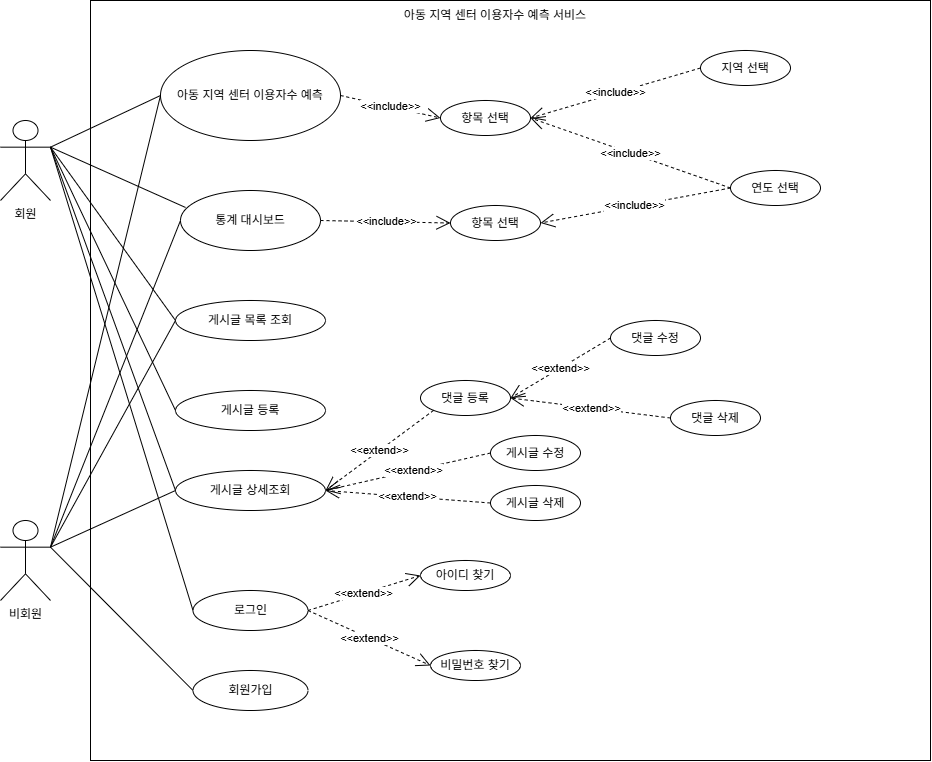
tpwnsdl123-bit/child_project keeps this draw.io diagram as docs/UsecaseDiagram.png. Above is the earlier version. Source tidied: cells renumbered, new cells last; positions are measured from the earlier drawing's top-left corner, leaving out a move shared by most shapes.
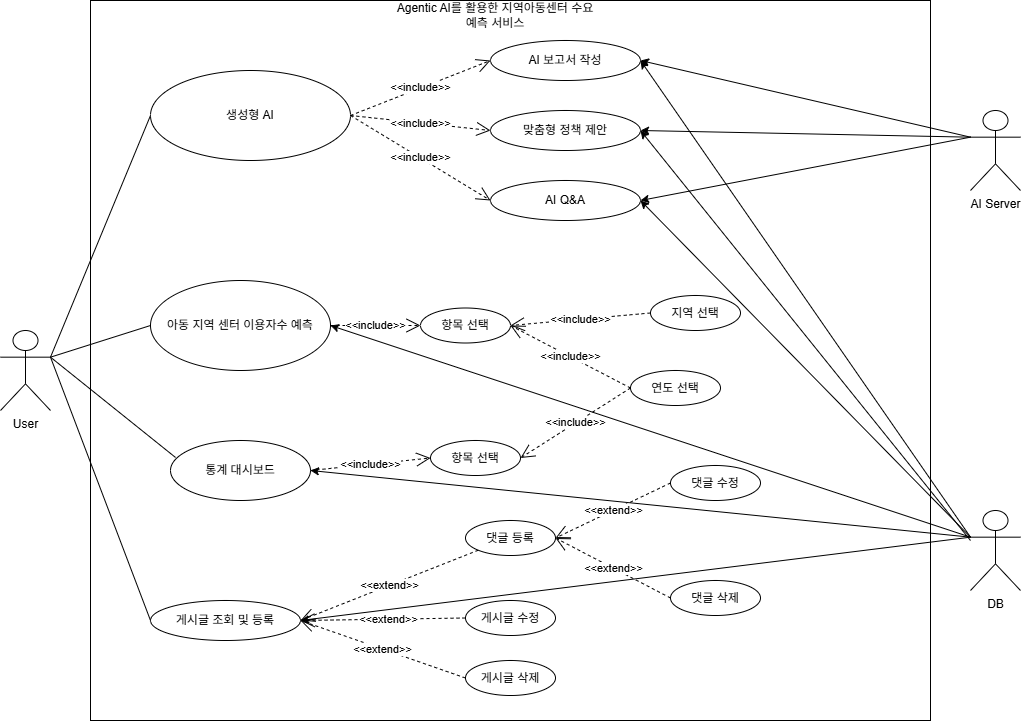
The same diagram one commit later.

Change to the diagram source:
```diff
@@ -3,70 +3,52 @@
     <mxCell id="0" />
     <mxCell id="1" parent="0" />
     <mxCell id="2" style="rounded=0;whiteSpace=wrap;html=1;direction=south;" parent="1" vertex="1">
-      <mxGeometry x="90" width="840" height="760" as="geometry" />
+      <mxGeometry x="90" y="10" width="840" height="720" as="geometry" />
     </mxCell>
-    <mxCell id="3" value="회원&lt;div&gt;&lt;br&gt;&lt;/div&gt;" style="shape=umlActor;verticalLabelPosition=bottom;verticalAlign=top;html=1;outlineConnect=0;" parent="1" vertex="1">
-      <mxGeometry y="120" width="50" height="80" as="geometry" />
+    <mxCell id="3" value="User&lt;br&gt;&lt;div&gt;&lt;br&gt;&lt;/div&gt;" style="shape=umlActor;verticalLabelPosition=bottom;verticalAlign=top;html=1;outlineConnect=0;" parent="1" vertex="1">
+      <mxGeometry y="340" width="50" height="80" as="geometry" />
     </mxCell>
     <mxCell id="4" value="항목 선택" style="ellipse;whiteSpace=wrap;html=1;" parent="1" vertex="1">
-      <mxGeometry x="440" y="100" width="90" height="35" as="geometry" />
+      <mxGeometry x="420" y="317.5" width="90" height="35" as="geometry" />
     </mxCell>
     <mxCell id="5" value="아동 지역 센터 이용자수 예측" style="ellipse;whiteSpace=wrap;html=1;" parent="1" vertex="1">
-      <mxGeometry x="160" y="50" width="180" height="90" as="geometry" />
+      <mxGeometry x="150" y="290" width="180" height="90" as="geometry" />
     </mxCell>
-    <mxCell id="6" value="비회원" style="shape=umlActor;verticalLabelPosition=bottom;verticalAlign=top;html=1;outlineConnect=0;" parent="1" vertex="1">
-      <mxGeometry y="520" width="50" height="80" as="geometry" />
-    </mxCell>
-    <mxCell id="7" value="아동 지역 센터 이용자수 예측 서비스" style="text;html=1;whiteSpace=wrap;strokeColor=none;fillColor=none;align=center;verticalAlign=middle;rounded=0;" parent="1" vertex="1">
-      <mxGeometry x="390" width="210" height="30" as="geometry" />
+    <mxCell id="7" value="Agentic AI를 활용한 지역아동센터 수요 예측 서비스" style="text;html=1;whiteSpace=wrap;strokeColor=none;fillColor=none;align=center;verticalAlign=middle;rounded=0;" parent="1" vertex="1">
+      <mxGeometry x="390" y="10" width="210" height="30" as="geometry" />
     </mxCell>
     <mxCell id="8" value="통계 대시보드" style="ellipse;whiteSpace=wrap;html=1;" parent="1" vertex="1">
-      <mxGeometry x="180" y="190" width="140" height="60" as="geometry" />
+      <mxGeometry x="170" y="450" width="140" height="60" as="geometry" />
     </mxCell>
-    <mxCell id="9" value="게시글 목록 조회" style="ellipse;whiteSpace=wrap;html=1;" parent="1" vertex="1">
-      <mxGeometry x="175" y="300" width="150" height="40" as="geometry" />
+    <mxCell id="9" value="생성형 AI" style="ellipse;whiteSpace=wrap;html=1;" parent="1" vertex="1">
+      <mxGeometry x="150" y="80" width="200" height="90" as="geometry" />
     </mxCell>
-    <mxCell id="10" value="게시글 등록" style="ellipse;whiteSpace=wrap;html=1;" parent="1" vertex="1">
-      <mxGeometry x="175" y="390" width="150" height="40" as="geometry" />
-    </mxCell>
-    <mxCell id="11" value="게시글 상세조회" style="ellipse;whiteSpace=wrap;html=1;" parent="1" vertex="1">
-      <mxGeometry x="175" y="470" width="150" height="40" as="geometry" />
+    <mxCell id="11" value="게시글 조회 및 등록" style="ellipse;whiteSpace=wrap;html=1;" parent="1" vertex="1">
+      <mxGeometry x="150" y="610" width="150" height="40" as="geometry" />
     </mxCell>
-    <mxCell id="12" value="회원가입" style="ellipse;whiteSpace=wrap;html=1;" parent="1" vertex="1">
-      <mxGeometry x="192.5" y="670" width="115" height="40" as="geometry" />
-    </mxCell>
-    <mxCell id="13" value="로그인" style="ellipse;whiteSpace=wrap;html=1;" parent="1" vertex="1">
-      <mxGeometry x="192.5" y="590" width="115" height="40" as="geometry" />
-    </mxCell>
     <mxCell id="14" value="연도 선택" style="ellipse;whiteSpace=wrap;html=1;" parent="1" vertex="1">
-      <mxGeometry x="730" y="170" width="90" height="35" as="geometry" />
+      <mxGeometry x="630" y="380" width="90" height="35" as="geometry" />
     </mxCell>
     <mxCell id="15" value="지역 선택" style="ellipse;whiteSpace=wrap;html=1;" parent="1" vertex="1">
-      <mxGeometry x="700" y="50" width="90" height="35" as="geometry" />
+      <mxGeometry x="650" y="305" width="90" height="35" as="geometry" />
     </mxCell>
     <mxCell id="16" value="항목 선택" style="ellipse;whiteSpace=wrap;html=1;" parent="1" vertex="1">
-      <mxGeometry x="450" y="205" width="90" height="35" as="geometry" />
+      <mxGeometry x="430" y="450" width="90" height="35" as="geometry" />
     </mxCell>
     <mxCell id="17" value="댓글 등록" style="ellipse;whiteSpace=wrap;html=1;" parent="1" vertex="1">
-      <mxGeometry x="420" y="380" width="90" height="35" as="geometry" />
+      <mxGeometry x="465" y="530" width="90" height="35" as="geometry" />
     </mxCell>
     <mxCell id="18" value="게시글 수정" style="ellipse;whiteSpace=wrap;html=1;" parent="1" vertex="1">
-      <mxGeometry x="490" y="435" width="90" height="35" as="geometry" />
+      <mxGeometry x="465" y="610" width="90" height="35" as="geometry" />
     </mxCell>
     <mxCell id="19" value="게시글 삭제" style="ellipse;whiteSpace=wrap;html=1;" parent="1" vertex="1">
-      <mxGeometry x="490" y="485" width="90" height="35" as="geometry" />
+      <mxGeometry x="465" y="670" width="90" height="35" as="geometry" />
     </mxCell>
-    <mxCell id="20" value="아이디 찾기" style="ellipse;whiteSpace=wrap;html=1;" parent="1" vertex="1">
-      <mxGeometry x="420" y="560" width="90" height="30" as="geometry" />
-    </mxCell>
-    <mxCell id="21" value="비밀번호 찾기" style="ellipse;whiteSpace=wrap;html=1;" parent="1" vertex="1">
-      <mxGeometry x="430" y="650" width="90" height="30" as="geometry" />
-    </mxCell>
     <mxCell id="22" value="댓글 수정" style="ellipse;whiteSpace=wrap;html=1;" parent="1" vertex="1">
-      <mxGeometry x="610" y="320" width="90" height="35" as="geometry" />
+      <mxGeometry x="670" y="475" width="90" height="35" as="geometry" />
     </mxCell>
     <mxCell id="23" value="댓글 삭제" style="ellipse;whiteSpace=wrap;html=1;" parent="1" vertex="1">
-      <mxGeometry x="670" y="400" width="90" height="35" as="geometry" />
+      <mxGeometry x="670" y="590" width="90" height="35" as="geometry" />
     </mxCell>
     <mxCell id="24" style="endArrow=none;html=1;rounded=0;entryX=0;entryY=0.5;entryDx=0;entryDy=0;exitX=1;exitY=0.3333333333333333;exitDx=0;exitDy=0;exitPerimeter=0;" parent="1" edge="1" source="3" target="5">
       <mxGeometry relative="1" as="geometry" />
@@ -77,30 +59,9 @@
     <mxCell id="26" style="endArrow=none;html=1;rounded=0;exitX=1;exitY=0.3333333333333333;exitDx=0;exitDy=0;exitPerimeter=0;entryX=0;entryY=0.5;entryDx=0;entryDy=0;" parent="1" edge="1" source="3" target="9">
       <mxGeometry relative="1" as="geometry" />
     </mxCell>
-    <mxCell id="27" style="endArrow=none;html=1;rounded=0;entryX=0;entryY=0.5;entryDx=0;entryDy=0;exitX=1;exitY=0.3333333333333333;exitDx=0;exitDy=0;exitPerimeter=0;" parent="1" edge="1" source="3" target="10">
-      <mxGeometry relative="1" as="geometry" />
-    </mxCell>
     <mxCell id="28" style="endArrow=none;html=1;rounded=0;entryX=0;entryY=0.5;entryDx=0;entryDy=0;exitX=1;exitY=0.3333333333333333;exitDx=0;exitDy=0;exitPerimeter=0;" parent="1" edge="1" source="3" target="11">
       <mxGeometry relative="1" as="geometry" />
     </mxCell>
-    <mxCell id="29" style="endArrow=none;html=1;rounded=0;entryX=0;entryY=0.5;entryDx=0;entryDy=0;exitX=1;exitY=0.3333333333333333;exitDx=0;exitDy=0;exitPerimeter=0;" parent="1" edge="1" source="3" target="13">
-      <mxGeometry relative="1" as="geometry" />
-    </mxCell>
-    <mxCell id="30" style="endArrow=none;html=1;rounded=0;entryX=0;entryY=0.5;entryDx=0;entryDy=0;exitX=1;exitY=0.3333333333333333;exitDx=0;exitDy=0;exitPerimeter=0;" parent="1" edge="1" source="6" target="5">
-      <mxGeometry relative="1" as="geometry" />
-    </mxCell>
-    <mxCell id="31" style="endArrow=none;html=1;rounded=0;exitX=1;exitY=0.3333333333333333;exitDx=0;exitDy=0;exitPerimeter=0;entryX=0;entryY=0.5;entryDx=0;entryDy=0;" parent="1" edge="1" source="6" target="8">
-      <mxGeometry relative="1" as="geometry" />
-    </mxCell>
-    <mxCell id="32" style="endArrow=none;html=1;rounded=0;entryX=0;entryY=0.5;entryDx=0;entryDy=0;exitX=1;exitY=0.3333333333333333;exitDx=0;exitDy=0;exitPerimeter=0;" parent="1" edge="1" source="6" target="9">
-      <mxGeometry relative="1" as="geometry" />
-    </mxCell>
-    <mxCell id="33" style="endArrow=none;html=1;rounded=0;entryX=0;entryY=0.5;entryDx=0;entryDy=0;exitX=1;exitY=0.3333333333333333;exitDx=0;exitDy=0;exitPerimeter=0;" parent="1" edge="1" source="6" target="11">
-      <mxGeometry relative="1" as="geometry" />
-    </mxCell>
-    <mxCell id="34" style="endArrow=none;html=1;rounded=0;exitX=1;exitY=0.3333333333333333;exitDx=0;exitDy=0;exitPerimeter=0;entryX=0;entryY=0.5;entryDx=0;entryDy=0;" parent="1" edge="1" source="6" target="12">
-      <mxGeometry relative="1" as="geometry" />
-    </mxCell>
     <mxCell id="35" value="&amp;lt;&amp;lt;extend&amp;gt;&amp;gt;" style="endArrow=open;endSize=12;dashed=1;html=1;rounded=0;exitX=0;exitY=0.5;exitDx=0;exitDy=0;entryX=1;entryY=0.5;entryDx=0;entryDy=0;" parent="1" edge="1" source="22" target="17">
       <mxGeometry relative="1" as="geometry" />
     </mxCell>
@@ -116,12 +77,6 @@
     <mxCell id="39" value="&amp;lt;&amp;lt;extend&amp;gt;&amp;gt;" style="endArrow=open;endSize=12;dashed=1;html=1;rounded=0;exitX=0;exitY=0.5;exitDx=0;exitDy=0;entryX=1;entryY=0.5;entryDx=0;entryDy=0;" parent="1" edge="1" source="19" target="11">
       <mxGeometry relative="1" as="geometry" />
     </mxCell>
-    <mxCell id="40" value="&amp;lt;&amp;lt;extend&amp;gt;&amp;gt;" style="endArrow=open;endSize=12;dashed=1;html=1;rounded=0;entryX=0;entryY=0.5;entryDx=0;entryDy=0;exitX=1;exitY=0.5;exitDx=0;exitDy=0;" parent="1" edge="1" source="13" target="20">
-      <mxGeometry relative="1" as="geometry" />
-    </mxCell>
-    <mxCell id="41" value="&amp;lt;&amp;lt;extend&amp;gt;&amp;gt;" style="endArrow=open;endSize=12;dashed=1;html=1;rounded=0;exitX=1;exitY=0.5;exitDx=0;exitDy=0;entryX=0;entryY=0.5;entryDx=0;entryDy=0;" parent="1" edge="1" source="13" target="21">
-      <mxGeometry relative="1" as="geometry" />
-    </mxCell>
     <mxCell id="42" value="&amp;lt;&amp;lt;include&amp;gt;&amp;gt;" style="endArrow=open;endSize=12;dashed=1;html=1;rounded=0;exitX=1;exitY=0.5;exitDx=0;exitDy=0;entryX=0;entryY=0.5;entryDx=0;entryDy=0;" parent="1" edge="1" source="8" target="16">
       <mxGeometry relative="1" as="geometry" />
     </mxCell>
@@ -137,5 +92,60 @@
     <mxCell id="46" value="&amp;lt;&amp;lt;include&amp;gt;&amp;gt;" style="endArrow=open;endSize=12;dashed=1;html=1;rounded=0;exitX=0;exitY=0.5;exitDx=0;exitDy=0;entryX=1;entryY=0.5;entryDx=0;entryDy=0;" parent="1" edge="1" source="15" target="4">
       <mxGeometry relative="1" as="geometry" />
     </mxCell>
+    <mxCell id="47" value="AI Server" style="shape=umlActor;verticalLabelPosition=bottom;verticalAlign=top;html=1;outlineConnect=0;" parent="1" vertex="1">
+      <mxGeometry x="970" y="120" width="50" height="80" as="geometry" />
+    </mxCell>
+    <mxCell id="48" value="DB" style="shape=umlActor;verticalLabelPosition=bottom;verticalAlign=top;html=1;outlineConnect=0;" parent="1" vertex="1">
+      <mxGeometry x="970" y="520" width="50" height="80" as="geometry" />
+    </mxCell>
+    <mxCell id="49" value="AI 보고서 작성" style="ellipse;whiteSpace=wrap;html=1;" parent="1" vertex="1">
+      <mxGeometry x="490" y="50" width="150" height="40" as="geometry" />
+    </mxCell>
+    <mxCell id="50" value="맞춤형 정책 제안" style="ellipse;whiteSpace=wrap;html=1;" parent="1" vertex="1">
+      <mxGeometry x="490" y="120" width="150" height="40" as="geometry" />
+    </mxCell>
+    <mxCell id="51" value="AI Q&amp;amp;A" style="ellipse;whiteSpace=wrap;html=1;" parent="1" vertex="1">
+      <mxGeometry x="490" y="190" width="150" height="40" as="geometry" />
+    </mxCell>
+    <mxCell id="52" value="&amp;lt;&amp;lt;include&amp;gt;&amp;gt;" style="endArrow=open;endSize=12;dashed=1;html=1;rounded=0;exitX=1;exitY=0.5;exitDx=0;exitDy=0;entryX=0;entryY=0.5;entryDx=0;entryDy=0;" parent="1" edge="1" source="9" target="49">
+      <mxGeometry relative="1" as="geometry" />
+    </mxCell>
+    <mxCell id="53" value="&amp;lt;&amp;lt;include&amp;gt;&amp;gt;" style="endArrow=open;endSize=12;dashed=1;html=1;rounded=0;exitX=1;exitY=0.5;exitDx=0;exitDy=0;entryX=0;entryY=0.5;entryDx=0;entryDy=0;" parent="1" edge="1" source="9" target="50">
+      <mxGeometry relative="1" as="geometry" />
+    </mxCell>
+    <mxCell id="54" value="&amp;lt;&amp;lt;include&amp;gt;&amp;gt;" style="endArrow=open;endSize=12;dashed=1;html=1;rounded=0;exitX=1;exitY=0.5;exitDx=0;exitDy=0;entryX=0;entryY=0.5;entryDx=0;entryDy=0;" parent="1" edge="1" source="9" target="51">
+      <mxGeometry relative="1" as="geometry" />
+    </mxCell>
+    <mxCell id="55" style="endArrow=classic;html=1;rounded=0;exitX=0;exitY=0.3333333333333333;exitDx=0;exitDy=0;exitPerimeter=0;entryX=1;entryY=0.5;entryDx=0;entryDy=0;" parent="1" edge="1" source="47" target="49">
+      <mxGeometry relative="1" as="geometry" />
+    </mxCell>
+    <mxCell id="56" style="endArrow=classic;html=1;rounded=0;exitX=0;exitY=0.3333333333333333;exitDx=0;exitDy=0;exitPerimeter=0;entryX=1;entryY=0.5;entryDx=0;entryDy=0;" parent="1" edge="1" source="47" target="50">
+      <mxGeometry relative="1" as="geometry" />
+    </mxCell>
+    <mxCell id="57" style="endArrow=classic;html=1;rounded=0;exitX=0;exitY=0.3333333333333333;exitDx=0;exitDy=0;exitPerimeter=0;entryX=1;entryY=0.5;entryDx=0;entryDy=0;" parent="1" edge="1" source="47" target="51">
+      <mxGeometry relative="1" as="geometry" />
+    </mxCell>
+    <mxCell id="58" style="endArrow=classic;html=1;rounded=0;entryX=1;entryY=0.5;entryDx=0;entryDy=0;exitX=0;exitY=0.3333333333333333;exitDx=0;exitDy=0;exitPerimeter=0;" parent="1" edge="1" source="48" target="5">
+      <mxGeometry relative="1" as="geometry" />
+    </mxCell>
+    <mxCell id="59" style="endArrow=classic;html=1;rounded=0;entryX=1;entryY=0.5;entryDx=0;entryDy=0;exitX=0;exitY=0.3333333333333333;exitDx=0;exitDy=0;exitPerimeter=0;" parent="1" edge="1" source="48" target="8">
+      <mxGeometry relative="1" as="geometry" />
+    </mxCell>
+    <mxCell id="60" style="endArrow=classic;html=1;rounded=0;exitX=0;exitY=0.3333333333333333;exitDx=0;exitDy=0;exitPerimeter=0;" parent="1" edge="1" source="48">
+      <mxGeometry relative="1" as="geometry">
+        <mxPoint x="300" y="630" as="targetPoint" />
+      </mxGeometry>
+    </mxCell>
+    <mxCell id="61" style="endArrow=classic;html=1;rounded=0;exitX=0;exitY=0.3333333333333333;exitDx=0;exitDy=0;exitPerimeter=0;entryX=1;entryY=0.5;entryDx=0;entryDy=0;" parent="1" edge="1" source="48" target="51">
+      <mxGeometry relative="1" as="geometry" />
+    </mxCell>
+    <mxCell id="62" style="endArrow=classic;html=1;rounded=0;entryX=1;entryY=0.5;entryDx=0;entryDy=0;" parent="1" edge="1" target="50">
+      <mxGeometry relative="1" as="geometry">
+        <mxPoint x="970" y="550" as="sourcePoint" />
+      </mxGeometry>
+    </mxCell>
+    <mxCell id="63" style="endArrow=classic;html=1;rounded=0;entryX=1;entryY=0.5;entryDx=0;entryDy=0;exitX=0;exitY=0.3333333333333333;exitDx=0;exitDy=0;exitPerimeter=0;" parent="1" edge="1" source="48" target="49">
+      <mxGeometry relative="1" as="geometry" />
+    </mxCell>
   </root>
 </mxGraphModel>
```
